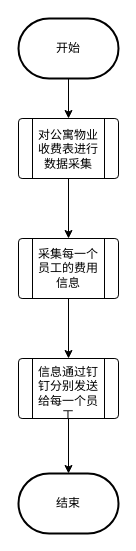
This is page "Page-1" (1 of 2) of Diagram Tanpa Judul.drawio from huangbaozhi/UML, a draw.io file, before an edit. Source tidied: cells renumbered, new cells numbered last; positions are measured from the earlier drawing's top-left corner, leaving out a move shared by most shapes. Both pictures are drawn from the tidied source at 100%, with x=0, y=0 at pixel (18, 18).
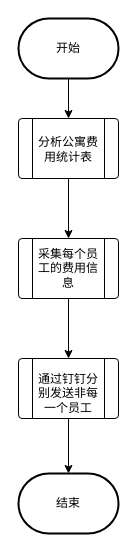
After the change.

The edit, as a diff of the source:
```diff
@@
 <mxGraphModel>
   <root>
     <mxCell id="0" />
     <mxCell id="1" parent="0" />
     <mxCell id="2" style="edgeStyle=orthogonalEdgeStyle;rounded=0;jettySize=auto;html=1;" parent="1" edge="1" source="3" target="5">
       <mxGeometry relative="1" as="geometry" />
     </mxCell>
     <mxCell id="3" value="开始" style="strokeWidth=2;html=1;shape=mxgraph.flowchart.terminator;whiteSpace=wrap;" parent="1" vertex="1">
       <mxGeometry width="100" height="60" as="geometry" />
     </mxCell>
     <mxCell id="4" style="edgeStyle=orthogonalEdgeStyle;rounded=0;jettySize=auto;html=1;" parent="1" edge="1" source="5" target="7">
       <mxGeometry relative="1" as="geometry" />
     </mxCell>
     <mxCell id="5" style="verticalLabelPosition=bottom;verticalAlign=top;html=1;shape=process;whiteSpace=wrap;rounded=1;size=0.14;arcSize=6;" parent="1" vertex="1">
       <mxGeometry y="100" width="100" height="60" as="geometry" />
     </mxCell>
     <mxCell id="6" style="edgeStyle=orthogonalEdgeStyle;rounded=0;jettySize=auto;html=1;" parent="1" edge="1" source="7" target="11">
       <mxGeometry relative="1" as="geometry" />
     </mxCell>
     <mxCell id="7" style="verticalLabelPosition=bottom;verticalAlign=top;html=1;shape=process;whiteSpace=wrap;rounded=1;size=0.14;arcSize=6;" parent="1" vertex="1">
       <mxGeometry y="220" width="100" height="60" as="geometry" />
     </mxCell>
-    <mxCell id="8" value="对公寓物业收费表进行数据采集" style="text;html=1;strokeColor=none;fillColor=none;align=center;verticalAlign=middle;whiteSpace=wrap;rounded=0;" parent="1" vertex="1">
+    <mxCell id="8" value="分析公寓费用统计表" style="text;html=1;strokeColor=none;fillColor=none;align=center;verticalAlign=middle;whiteSpace=wrap;rounded=0;" parent="1" vertex="1">
       <mxGeometry x="15" y="130" width="70" as="geometry" />
     </mxCell>
-    <mxCell id="9" value="采集每一个员工的费用信息" style="text;html=1;strokeColor=none;fillColor=none;align=center;verticalAlign=middle;whiteSpace=wrap;rounded=0;" parent="1" vertex="1">
+    <mxCell id="9" value="采集每个员工的费用信息" style="text;html=1;strokeColor=none;fillColor=none;align=center;verticalAlign=middle;whiteSpace=wrap;rounded=0;" parent="1" vertex="1">
       <mxGeometry x="15" y="235" width="70" height="30" as="geometry" />
     </mxCell>
     <mxCell id="10" style="edgeStyle=orthogonalEdgeStyle;rounded=0;jettySize=auto;html=1;" parent="1" edge="1" source="11" target="13">
       <mxGeometry relative="1" as="geometry" />
     </mxCell>
     <mxCell id="11" style="verticalLabelPosition=bottom;verticalAlign=top;html=1;shape=process;whiteSpace=wrap;rounded=1;size=0.14;arcSize=6;" parent="1" vertex="1">
       <mxGeometry y="340" width="100" height="60" as="geometry" />
     </mxCell>
-    <mxCell id="12" value="信息通过钉钉分别发送给每一个员工" style="text;html=1;strokeColor=none;fillColor=none;align=center;verticalAlign=middle;whiteSpace=wrap;rounded=0;" parent="1" vertex="1">
+    <mxCell id="12" value="通过钉钉分别发送非每一个员工" style="text;html=1;strokeColor=none;fillColor=none;align=center;verticalAlign=middle;whiteSpace=wrap;rounded=0;" parent="1" vertex="1">
       <mxGeometry x="15" y="360" width="70" height="30" as="geometry" />
     </mxCell>
     <mxCell id="13" value="结束" style="strokeWidth=2;html=1;shape=mxgraph.flowchart.terminator;whiteSpace=wrap;" parent="1" vertex="1">
       <mxGeometry y="455" width="100" height="60" as="geometry" />
     </mxCell>
   </root>
 </mxGraphModel>
```
